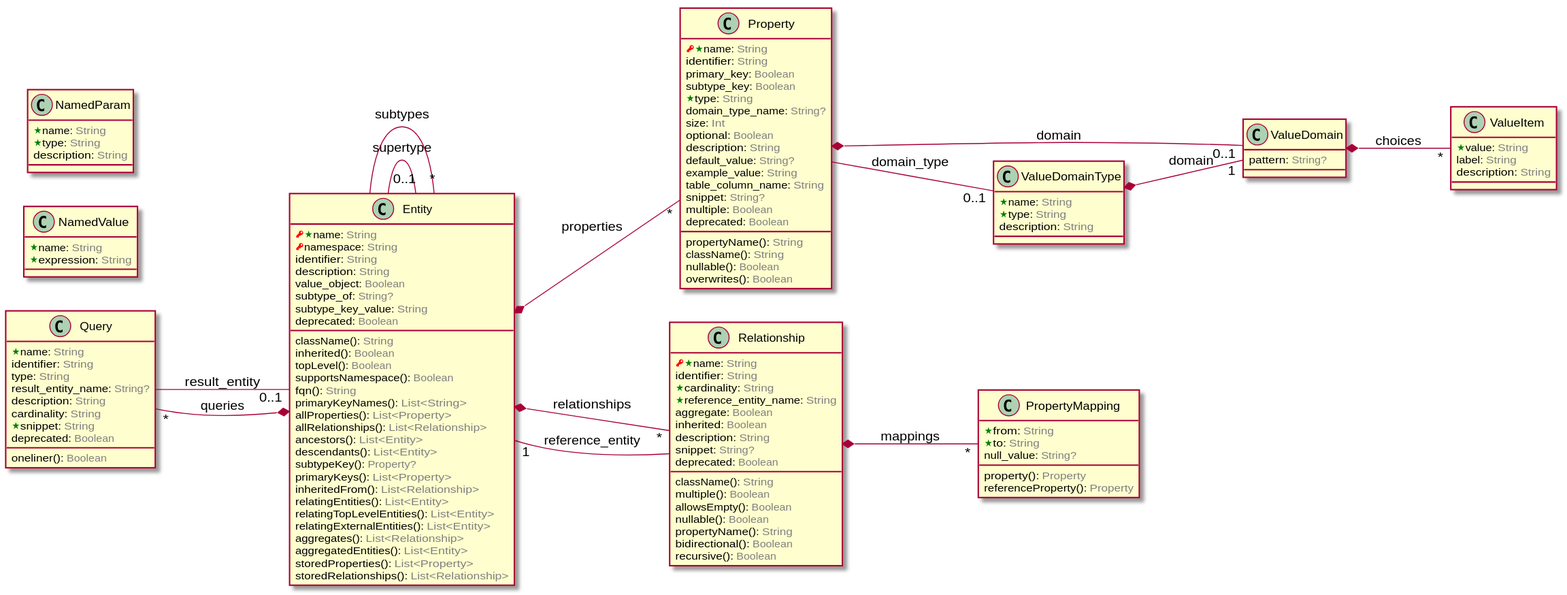
The PlantUML diagram doc/image/model-diagram.svg in laplacian-core/metamodel, before a commit.
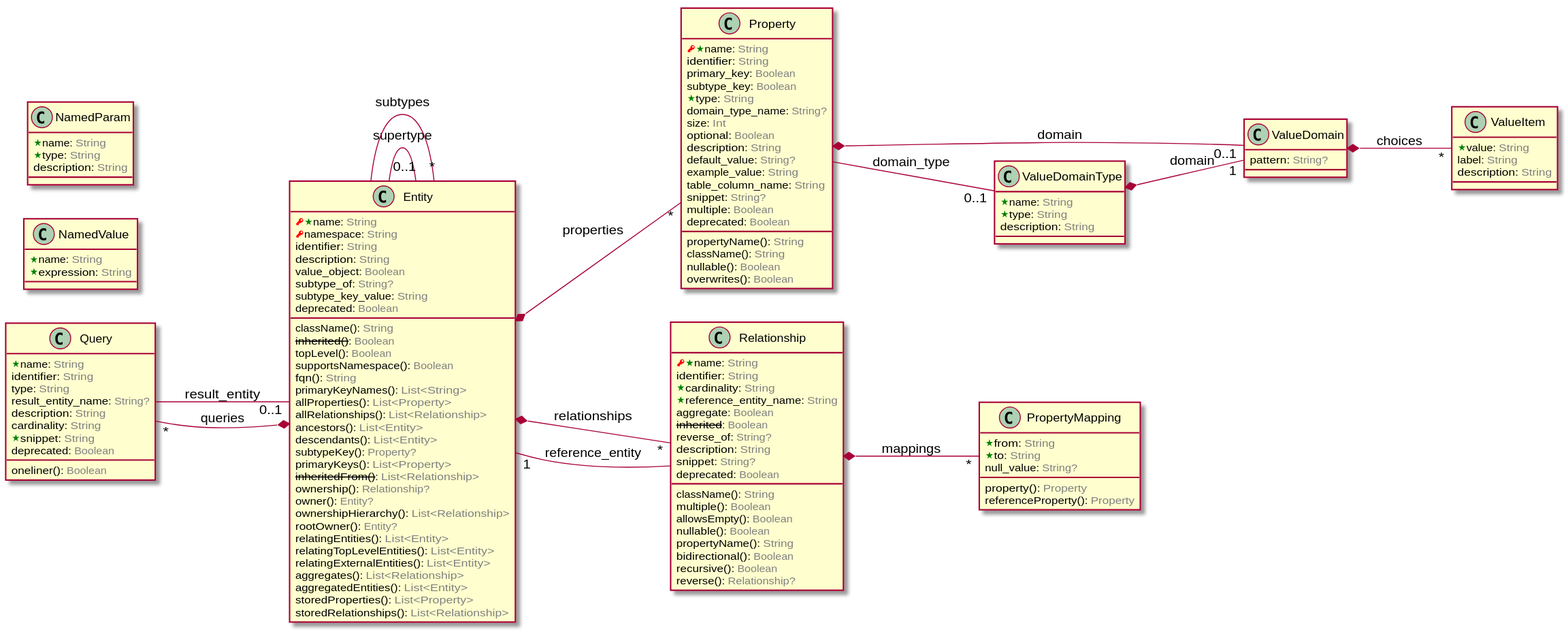
After the change.

Commit message:
add some relationship which traverse the aggregation tree

The edit, as a diff of the source:
```diff
@@ -31,7 +31,7 @@
   className(): <color:GRAY>String</color>
   subtype_of: <color:GRAY>String?</color>
   subtype_key_value: <color:GRAY>String</color>
-  inherited(): <color:GRAY>Boolean</color>
+  <s:RED>inherited()</s>: <color:GRAY>Boolean</color>
   topLevel(): <color:GRAY>Boolean</color>
   supportsNamespace(): <color:GRAY>Boolean</color>
   fqn(): <color:GRAY>String</color>
@@ -43,7 +43,11 @@
   descendants(): <color:GRAY>List<Entity></color>
   subtypeKey(): <color:GRAY>Property?</color>
   primaryKeys(): <color:GRAY>List<Property></color>
-  inheritedFrom(): <color:GRAY>List<Relationship></color>
+  <s:RED>inheritedFrom()</s>: <color:GRAY>List<Relationship></color>
+  ownership(): <color:GRAY>Relationship?</color>
+  owner(): <color:GRAY>Entity?</color>
+  ownershipHierarchy(): <color:GRAY>List<Relationship></color>
+  rootOwner(): <color:GRAY>Entity?</color>
   relatingEntities(): <color:GRAY>List<Entity></color>
   relatingTopLevelEntities(): <color:GRAY>List<Entity></color>
   relatingExternalEntities(): <color:GRAY>List<Entity></color>
@@ -134,7 +138,8 @@
   <color:Green><&star></color>cardinality: <color:GRAY>String</color>
   <color:Green><&star></color>reference_entity_name: <color:GRAY>String</color>
   aggregate: <color:GRAY>Boolean</color>
-  inherited: <color:GRAY>Boolean</color>
+  <s:RED>inherited</s>: <color:GRAY>Boolean</color>
+  reverse_of: <color:GRAY>String?</color>
   description: <color:GRAY>String</color>
   snippet: <color:GRAY>String?</color>
   className(): <color:GRAY>String</color>
@@ -145,6 +150,7 @@
   bidirectional(): <color:GRAY>Boolean</color>
   recursive(): <color:GRAY>Boolean</color>
   deprecated: <color:GRAY>Boolean</color>
+  reverse(): <color:GRAY>Relationship?</color>
 }
 
 
```
